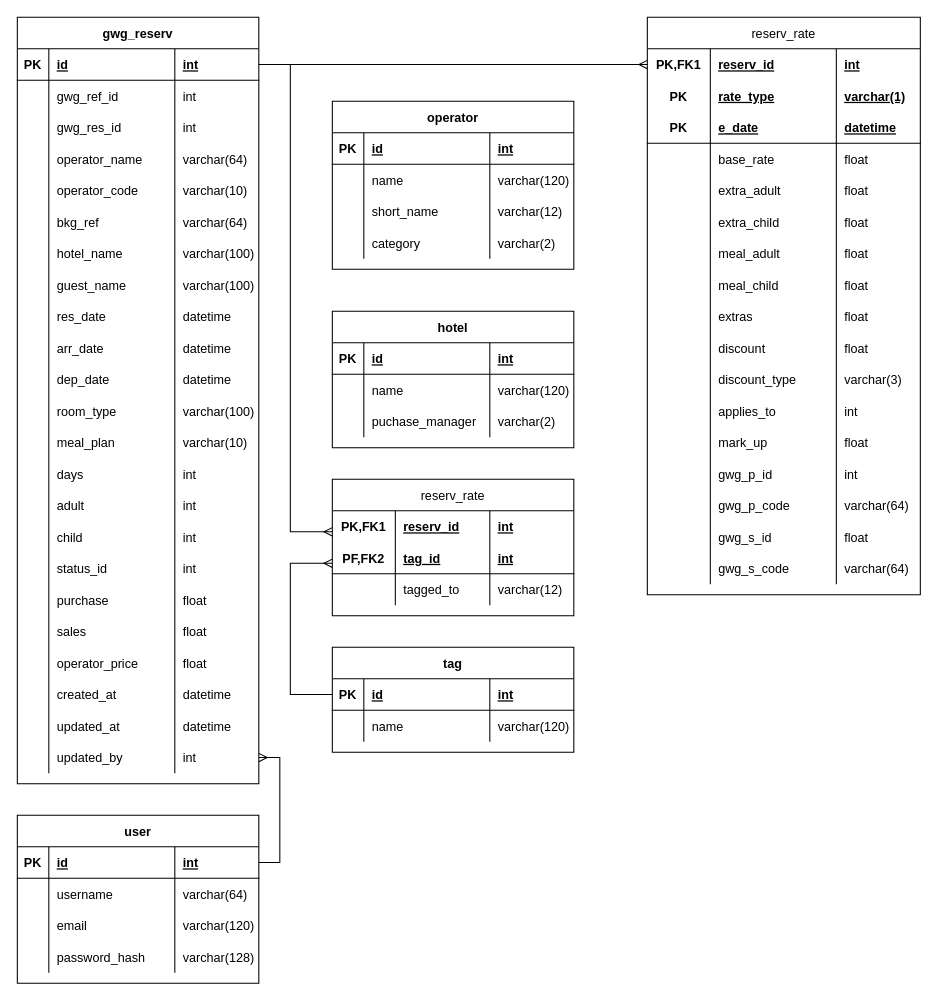
Before: bkgs_app_erd.drawio in justivan/drawio-diagrams, a draw.io diagram. Source tidied: cells renumbered, new cells numbered last; positions are measured from the earlier drawing's top-left corner, leaving out a move shared by most shapes. Both pictures are drawn from the tidied source at 105%, with x=0, y=0 at pixel (17, 17).
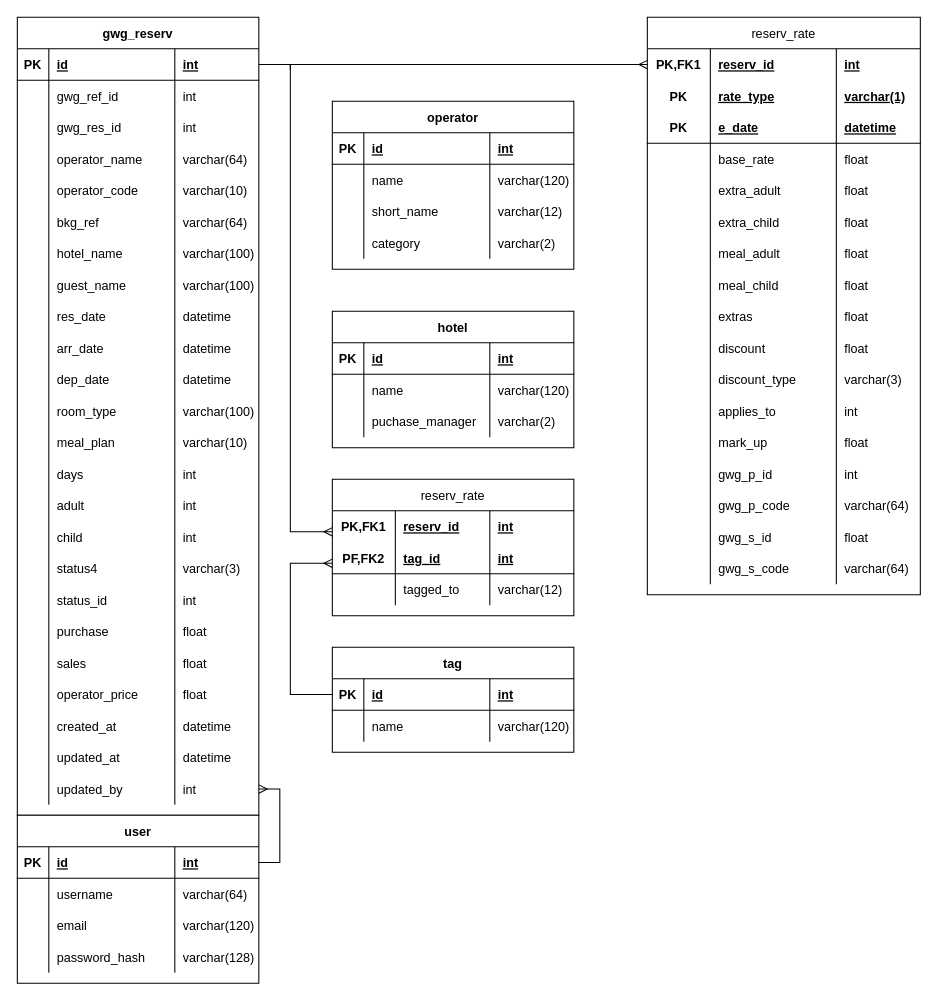
After the change.

The change refers to these unchanged cells:
```xml
<mxCell id="3" style="shape=tableRow;horizontal=0;startSize=0;swimlaneHead=0;swimlaneBody=0;fillColor=none;points=[[0,0.5],[1,0.5]];portConstraint=eastwest;top=0;left=0;right=0;bottom=1;fontFamily=Helvetica;" parent="2" vertex="1">
  <mxGeometry y="30" width="230" height="30" as="geometry" />
</mxCell>
<mxCell id="96" style="shape=tableRow;horizontal=0;startSize=0;swimlaneHead=0;swimlaneBody=0;fillColor=none;points=[[0,0.5],[1,0.5]];portConstraint=eastwest;top=0;left=0;right=0;bottom=0;fontFamily=Helvetica;" parent="95" vertex="1">
  <mxGeometry y="30" width="260" height="30" as="geometry" />
</mxCell>
```

The edit, as a diff of the source:
```diff
@@
     <mxCell id="2" value="gwg_reserv" style="shape=table;startSize=30;childLayout=tableLayout;rowLines=0;fontStyle=1;align=center;fontFamily=Helvetica;" parent="1" vertex="1">
-      <mxGeometry width="230" height="730" as="geometry" />
+      <mxGeometry width="230" height="760" as="geometry" />
     </mxCell>
@@
+    <mxCell id="237" style="shape=tableRow;horizontal=0;startSize=0;swimlaneHead=0;swimlaneBody=0;fillColor=none;top=0;left=0;right=0;bottom=0;fontFamily=Helvetica;" parent="2" vertex="1">
+      <mxGeometry y="510" width="230" height="30" as="geometry" />
+    </mxCell>
+    <mxCell id="238" style="shape=partialRectangle;fillColor=none;top=0;left=0;bottom=0;right=0;overflow=hidden;fontFamily=Helvetica;" parent="237" vertex="1">
+      <mxGeometry width="30" height="30" as="geometry" />
+    </mxCell>
+    <mxCell id="239" value="status4" style="shape=partialRectangle;fillColor=none;top=0;left=0;bottom=0;right=0;align=left;spacingLeft=6;overflow=hidden;fontFamily=Helvetica;" parent="237" vertex="1">
+      <mxGeometry x="30" width="120" height="30" as="geometry" />
+    </mxCell>
+    <mxCell id="240" value="varchar(3)" style="shape=partialRectangle;fillColor=none;top=0;left=0;bottom=0;right=0;align=left;spacingLeft=6;overflow=hidden;fontFamily=Helvetica;" parent="237" vertex="1">
+      <mxGeometry x="150" width="80" height="30" as="geometry" />
+    </mxCell>
     <mxCell id="67" style="shape=tableRow;horizontal=0;startSize=0;swimlaneHead=0;swimlaneBody=0;fillColor=none;top=0;left=0;right=0;bottom=0;fontFamily=Helvetica;" parent="2" vertex="1">
-      <mxGeometry y="510" width="230" height="30" as="geometry" />
+      <mxGeometry y="540" width="230" height="30" as="geometry" />
     </mxCell>
@@
     <mxCell id="71" style="shape=tableRow;horizontal=0;startSize=0;swimlaneHead=0;swimlaneBody=0;fillColor=none;top=0;left=0;right=0;bottom=0;fontFamily=Helvetica;" parent="2" vertex="1">
-      <mxGeometry y="540" width="230" height="30" as="geometry" />
+      <mxGeometry y="570" width="230" height="30" as="geometry" />
     </mxCell>
@@
     <mxCell id="75" style="shape=tableRow;horizontal=0;startSize=0;swimlaneHead=0;swimlaneBody=0;fillColor=none;top=0;left=0;right=0;bottom=0;fontFamily=Helvetica;" parent="2" vertex="1">
-      <mxGeometry y="570" width="230" height="30" as="geometry" />
+      <mxGeometry y="600" width="230" height="30" as="geometry" />
     </mxCell>
@@
     <mxCell id="79" style="shape=tableRow;horizontal=0;startSize=0;swimlaneHead=0;swimlaneBody=0;fillColor=none;top=0;left=0;right=0;bottom=0;fontFamily=Helvetica;" parent="2" vertex="1">
-      <mxGeometry y="600" width="230" height="30" as="geometry" />
+      <mxGeometry y="630" width="230" height="30" as="geometry" />
     </mxCell>
@@
     <mxCell id="83" style="shape=tableRow;horizontal=0;startSize=0;swimlaneHead=0;swimlaneBody=0;fillColor=none;top=0;left=0;right=0;bottom=0;fontFamily=Helvetica;" parent="2" vertex="1">
-      <mxGeometry y="630" width="230" height="30" as="geometry" />
+      <mxGeometry y="660" width="230" height="30" as="geometry" />
     </mxCell>
@@
     <mxCell id="87" style="shape=tableRow;horizontal=0;startSize=0;swimlaneHead=0;swimlaneBody=0;fillColor=none;top=0;left=0;right=0;bottom=0;fontFamily=Helvetica;" parent="2" vertex="1">
-      <mxGeometry y="660" width="230" height="30" as="geometry" />
+      <mxGeometry y="690" width="230" height="30" as="geometry" />
     </mxCell>
@@
     <mxCell id="91" style="shape=tableRow;horizontal=0;startSize=0;swimlaneHead=0;swimlaneBody=0;fillColor=none;points=[[0,0.5],[1,0.5]];portConstraint=eastwest;top=0;left=0;right=0;bottom=0;fontFamily=Helvetica;" parent="2" vertex="1">
-      <mxGeometry y="690" width="230" height="30" as="geometry" />
+      <mxGeometry y="720" width="230" height="30" as="geometry" />
     </mxCell>
@@
-    <mxCell id="164" style="edgeStyle=orthogonalEdgeStyle;rounded=0;jettySize=auto;html=1;exitX=1;exitY=0.5;exitDx=0;exitDy=0;entryX=0;entryY=0.5;entryDx=0;entryDy=0;fontFamily=Helvetica;endArrow=ERmany;endFill=0;" parent="1" edge="1" source="3" target="96">
-      <mxGeometry relative="1" as="geometry" />
+    <mxCell id="164" style="edgeStyle=orthogonalEdgeStyle;rounded=0;jettySize=auto;html=1;entryX=0;entryY=0.5;entryDx=0;entryDy=0;fontFamily=Helvetica;endArrow=ERmany;endFill=0;" parent="1" edge="1" target="96">
+      <mxGeometry relative="1" as="geometry">
+        <mxPoint x="260" y="50" as="sourcePoint" />
+        <Array as="points">
+          <mxPoint x="260" y="45" />
+          <mxPoint x="570" y="45" />
+          <mxPoint x="570" y="45" />
+        </Array>
+      </mxGeometry>
     </mxCell>
```
